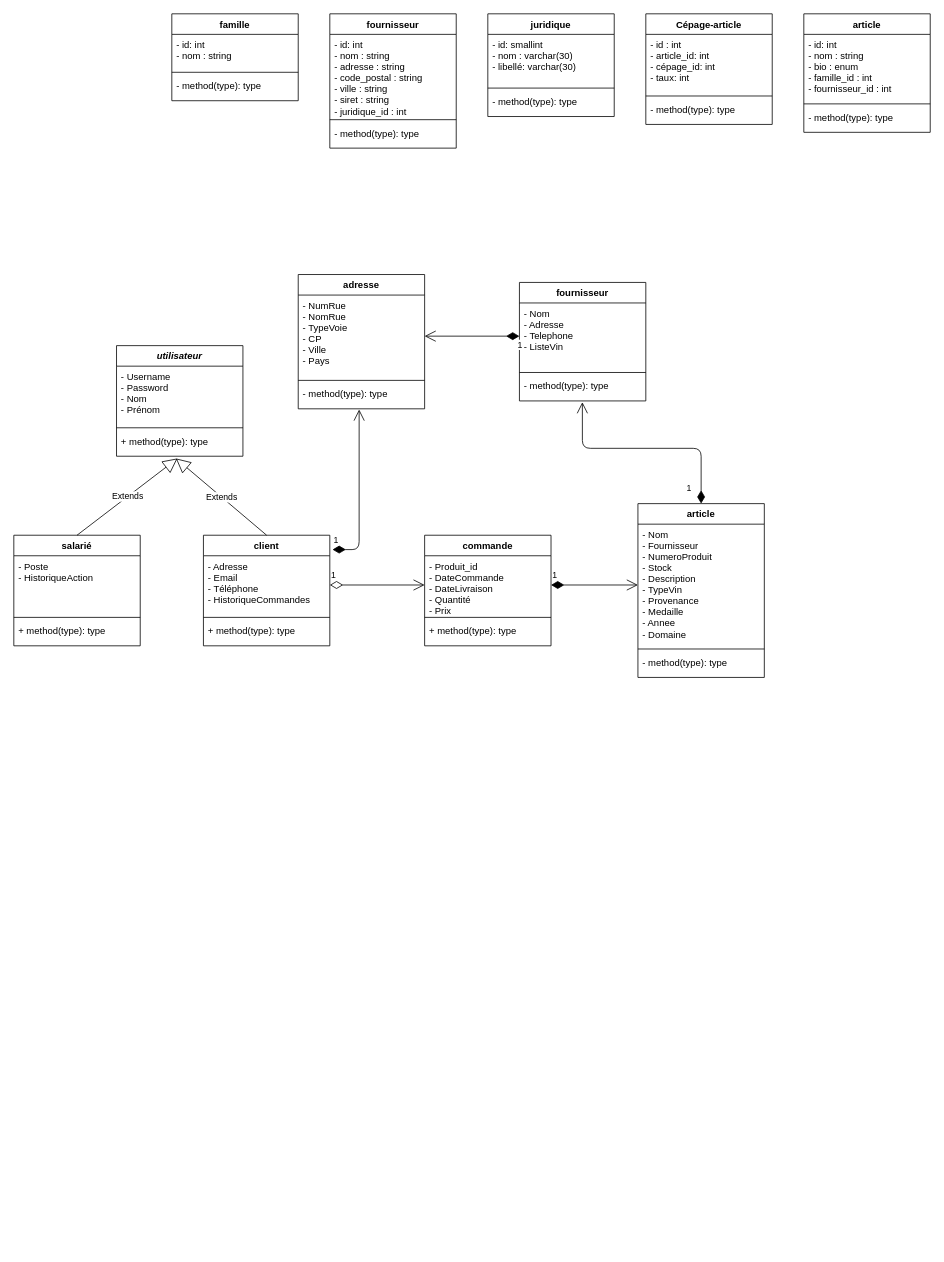
The draw.io diagram class.drawio in bflageul/BHS_CUBE_1_UML, before the edit. Source tidied: cells renumbered, new cells numbered last; positions are measured from the earlier drawing's top-left corner, leaving out a move shared by most shapes. Both pictures are drawn from the tidied source at 79%, with x=0, y=0 at pixel (13, 13).
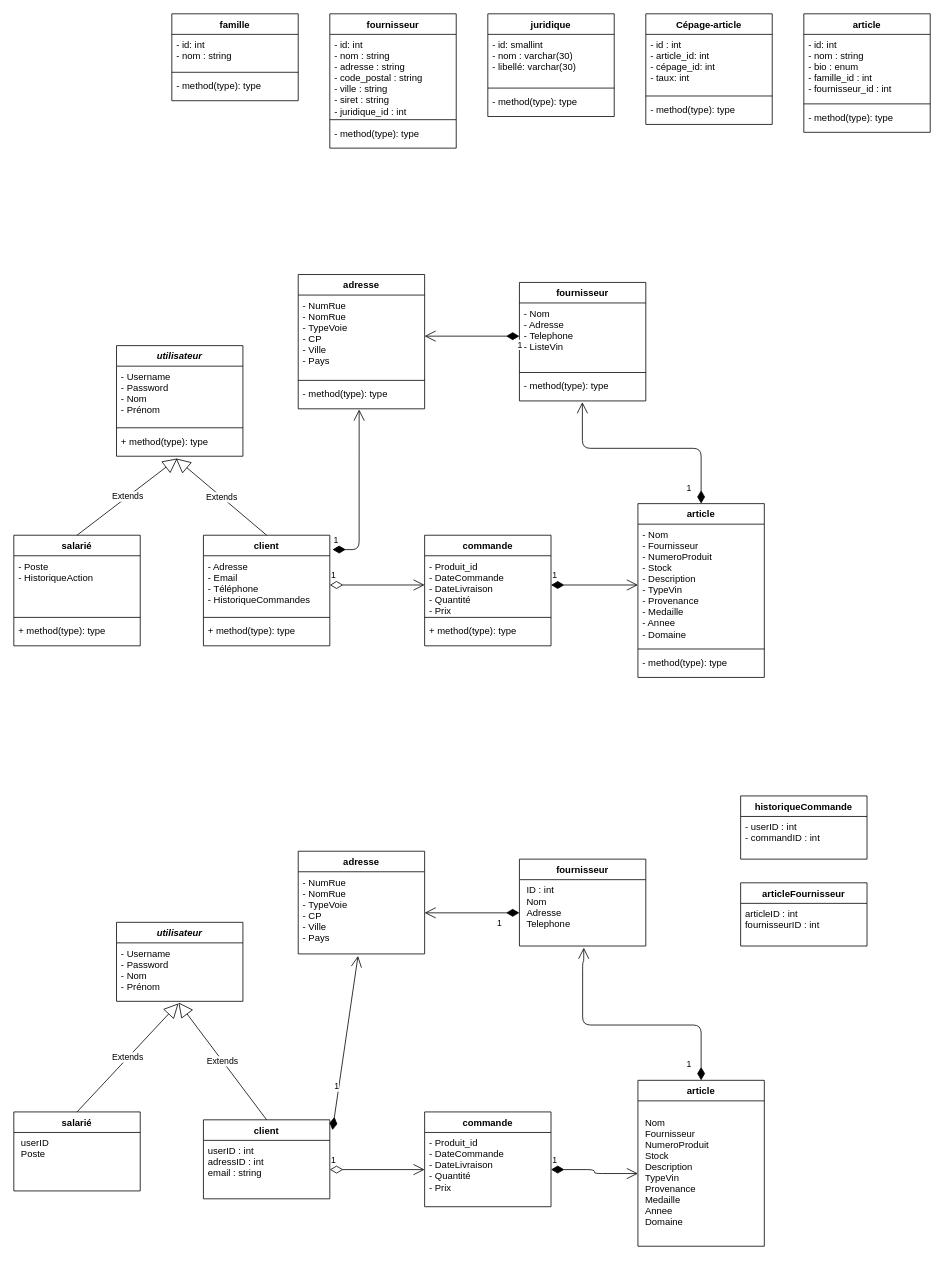
The same page after the edit.

Diff of the diagram source:
```diff
@@
+    <mxCell id="57" value="utilisateur" style="swimlane;fontStyle=3;align=center;verticalAlign=top;horizontal=1;startSize=26;" parent="1" vertex="1">
+      <mxGeometry x="130" y="1150" width="160" height="100" as="geometry" />
+    </mxCell>
+    <mxCell id="58" value="- Username&#10;- Password&#10;- Nom&#10;- Prénom" style="text;strokeColor=none;fillColor=none;align=left;verticalAlign=top;spacingLeft=4;spacingRight=4;overflow=hidden;points=[[0,0.5],[1,0.5]];portConstraint=eastwest;" parent="57" vertex="1">
+      <mxGeometry y="26" width="160" height="74" as="geometry" />
+    </mxCell>
+    <mxCell id="59" value="salarié" style="swimlane;fontStyle=1;align=center;verticalAlign=top;horizontal=1;startSize=26;" parent="1" vertex="1">
+      <mxGeometry y="1390" width="160" height="100" as="geometry" />
+    </mxCell>
+    <mxCell id="60" value=" userID&#10; Poste&#10;" style="text;strokeColor=none;fillColor=none;align=left;verticalAlign=top;spacingLeft=4;spacingRight=4;overflow=hidden;" parent="59" vertex="1">
+      <mxGeometry y="26" width="160" height="74" as="geometry" />
+    </mxCell>
+    <mxCell id="61" value="client" style="swimlane;fontStyle=1;align=center;verticalAlign=top;horizontal=1;startSize=26;" parent="1" vertex="1">
+      <mxGeometry x="240" y="1400" width="160" height="100" as="geometry" />
+    </mxCell>
+    <mxCell id="62" value="userID : int&#10;adressID : int&#10;email : string" style="text;strokeColor=none;fillColor=none;align=left;verticalAlign=top;spacingLeft=4;spacingRight=4;overflow=hidden;points=[[0,0.5],[1,0.5]];portConstraint=eastwest;" parent="61" vertex="1">
+      <mxGeometry y="26" width="160" height="74" as="geometry" />
+    </mxCell>
+    <mxCell id="63" value="commande" style="swimlane;fontStyle=1;align=center;verticalAlign=top;horizontal=1;startSize=26;" parent="1" vertex="1">
+      <mxGeometry x="520" y="1390" width="160" height="120" as="geometry" />
+    </mxCell>
+    <mxCell id="64" value="- Produit_id&#10;- DateCommande&#10;- DateLivraison&#10;- Quantité&#10;- Prix" style="text;strokeColor=none;fillColor=none;align=left;verticalAlign=top;spacingLeft=4;spacingRight=4;overflow=hidden;points=[[0,0.5],[1,0.5]];portConstraint=eastwest;" parent="63" vertex="1">
+      <mxGeometry y="26" width="160" height="94" as="geometry" />
+    </mxCell>
+    <mxCell id="65" value="article" style="swimlane;fontStyle=1;align=center;verticalAlign=top;horizontal=1;startSize=26;" parent="1" vertex="1">
+      <mxGeometry x="790" y="1350" width="160" height="210" as="geometry" />
+    </mxCell>
+    <mxCell id="66" value=" &#10; Nom&#10; Fournisseur&#10; NumeroProduit&#10; Stock&#10; Description&#10; TypeVin&#10; Provenance&#10; Medaille&#10; Annee&#10; Domaine" style="text;strokeColor=none;fillColor=none;align=left;verticalAlign=top;spacingLeft=4;spacingRight=4;overflow=hidden;points=[[0,0.5],[1,0.5]];portConstraint=eastwest;" parent="65" vertex="1">
+      <mxGeometry y="26" width="160" height="184" as="geometry" />
+    </mxCell>
+    <mxCell id="67" value="adresse" style="swimlane;fontStyle=1;align=center;verticalAlign=top;horizontal=1;startSize=26;" parent="1" vertex="1">
+      <mxGeometry x="360" y="1060" width="160" height="130" as="geometry" />
+    </mxCell>
+    <mxCell id="68" value="- NumRue&#10;- NomRue&#10;- TypeVoie&#10;- CP&#10;- Ville&#10;- Pays" style="text;strokeColor=none;fillColor=none;align=left;verticalAlign=top;spacingLeft=4;spacingRight=4;overflow=hidden;points=[[0,0.5],[1,0.5]];portConstraint=eastwest;" parent="67" vertex="1">
+      <mxGeometry y="26" width="160" height="104" as="geometry" />
+    </mxCell>
+    <mxCell id="69" value="fournisseur" style="swimlane;fontStyle=1;align=center;verticalAlign=top;horizontal=1;startSize=26;" parent="1" vertex="1">
+      <mxGeometry x="640" y="1070" width="160" height="110" as="geometry" />
+    </mxCell>
+    <mxCell id="70" value=" ID : int&#10; Nom&#10; Adresse&#10; Telephone" style="text;strokeColor=none;fillColor=none;align=left;verticalAlign=top;spacingLeft=4;spacingRight=4;overflow=hidden;points=[[0,0.5],[1,0.5]];portConstraint=eastwest;" parent="69" vertex="1">
+      <mxGeometry y="26" width="160" height="84" as="geometry" />
+    </mxCell>
+    <mxCell id="71" value="Extends" style="endArrow=block;endSize=16;endFill=0;html=1;exitX=0.5;exitY=0;exitDx=0;exitDy=0;entryX=0.49;entryY=1.036;entryDx=0;entryDy=0;entryPerimeter=0;" parent="1" edge="1" source="59" target="58">
+      <mxGeometry relative="1" as="geometry" />
+    </mxCell>
+    <mxCell id="72" value="Extends" style="endArrow=block;endSize=16;endFill=0;html=1;exitX=0.5;exitY=0;exitDx=0;exitDy=0;entryX=0.49;entryY=1.02;entryDx=0;entryDy=0;entryPerimeter=0;" parent="1" edge="1" source="61" target="58">
+      <mxGeometry relative="1" as="geometry" />
+    </mxCell>
+    <mxCell id="73" value="1" style="endArrow=open;html=1;endSize=12;startArrow=diamondThin;startSize=14;startFill=1;align=left;verticalAlign=bottom;entryX=0.473;entryY=1.024;entryDx=0;entryDy=0;entryPerimeter=0;exitX=1.021;exitY=0.13;exitDx=0;exitDy=0;exitPerimeter=0;" parent="1" edge="1" source="61" target="68">
+      <mxGeometry x="-0.6" y="7" relative="1" as="geometry">
+        <mxPoint x="1" as="offset" />
+      </mxGeometry>
+    </mxCell>
+    <mxCell id="74" value="1" style="endArrow=open;html=1;endSize=12;startArrow=diamondThin;startSize=14;startFill=0;edgeStyle=orthogonalEdgeStyle;align=left;verticalAlign=bottom;entryX=0;entryY=0.5;entryDx=0;entryDy=0;exitX=1;exitY=0.5;exitDx=0;exitDy=0;" parent="1" edge="1" source="62" target="64">
+      <mxGeometry x="-1" y="3" relative="1" as="geometry" />
+    </mxCell>
+    <mxCell id="75" value="1" style="endArrow=open;html=1;endSize=12;startArrow=diamondThin;startSize=14;startFill=1;edgeStyle=orthogonalEdgeStyle;align=left;verticalAlign=bottom;exitX=1;exitY=0.5;exitDx=0;exitDy=0;" parent="1" edge="1" source="64" target="66">
+      <mxGeometry x="-1" y="3" relative="1" as="geometry" />
+    </mxCell>
+    <mxCell id="76" value="1" style="endArrow=open;html=1;endSize=12;startArrow=diamondThin;startSize=14;startFill=1;edgeStyle=orthogonalEdgeStyle;align=left;verticalAlign=bottom;entryX=0.509;entryY=1.025;entryDx=0;entryDy=0;entryPerimeter=0;exitX=0.5;exitY=0;exitDx=0;exitDy=0;" parent="1" edge="1" source="65" target="70">
+      <mxGeometry x="-0.93" y="20" relative="1" as="geometry">
+        <Array as="points">
+          <mxPoint x="870" y="1280" />
+          <mxPoint x="720" y="1280" />
+          <mxPoint x="720" y="1200" />
+          <mxPoint x="721" y="1200" />
+        </Array>
+      </mxGeometry>
+    </mxCell>
+    <mxCell id="77" value="1" style="endArrow=open;html=1;endSize=12;startArrow=diamondThin;startSize=14;startFill=1;align=left;verticalAlign=bottom;entryX=1;entryY=0.5;entryDx=0;entryDy=0;exitX=0;exitY=0.5;exitDx=0;exitDy=0;" parent="1" edge="1" source="70" target="68">
+      <mxGeometry x="-0.5" y="22" relative="1" as="geometry" />
+    </mxCell>
+    <mxCell id="78" value="historiqueCommande" style="swimlane;fontStyle=1;align=center;verticalAlign=top;horizontal=1;startSize=26;" parent="1" vertex="1">
+      <mxGeometry x="920" y="990" width="160" height="80" as="geometry" />
+    </mxCell>
+    <mxCell id="79" value="- userID : int&#10;- commandID : int" style="text;strokeColor=none;fillColor=none;align=left;verticalAlign=top;spacingLeft=4;spacingRight=4;overflow=hidden;" parent="78" vertex="1">
+      <mxGeometry y="26" width="160" height="54" as="geometry" />
+    </mxCell>
+    <mxCell id="80" value="articleFournisseur" style="swimlane;fontStyle=1;align=center;verticalAlign=top;horizontal=1;startSize=26;" parent="1" vertex="1">
+      <mxGeometry x="920" y="1100" width="160" height="80" as="geometry" />
+    </mxCell>
+    <mxCell id="81" value="articleID : int&#10;fournisseurID : int" style="text;strokeColor=none;fillColor=none;align=left;verticalAlign=top;spacingLeft=4;spacingRight=4;overflow=hidden;" parent="80" vertex="1">
+      <mxGeometry y="26" width="160" height="54" as="geometry" />
+    </mxCell>
```
